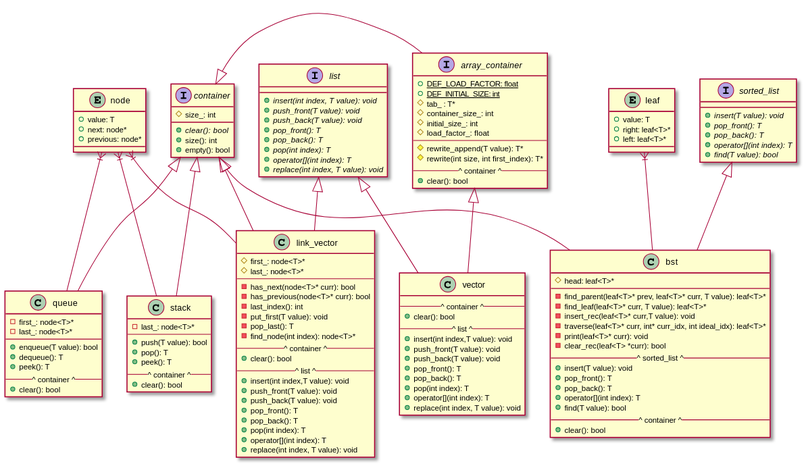
Earlier version of the PlantUML export data_structures.svg (lpawlak1/data_structures).
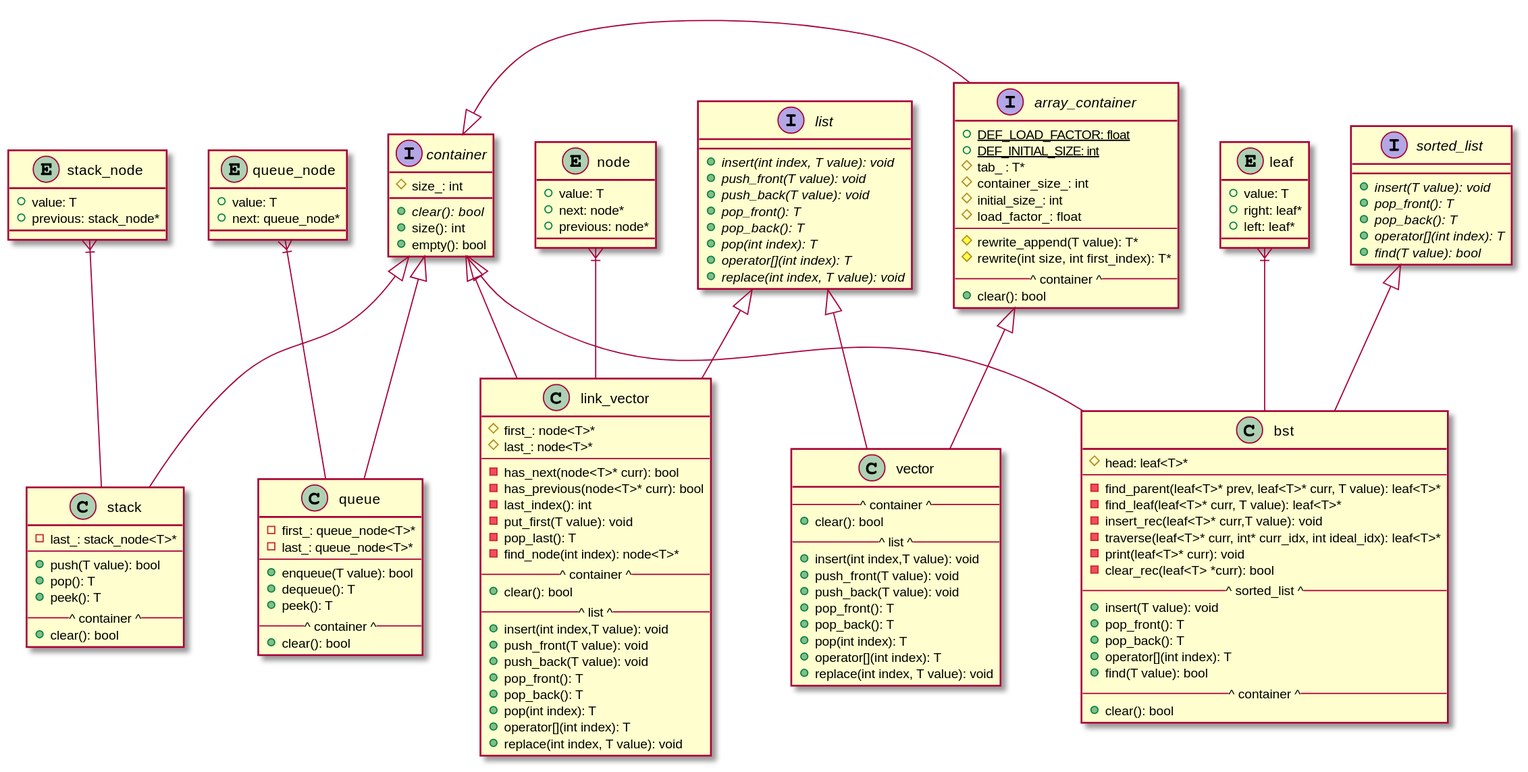
After the commit.

Change to the diagram source:
```diff
@@ -38,7 +38,7 @@
 }
 
 class stack{
--last_: node<T>*
+-last_: stack_node<T>*
 --
 +push(T value): bool
 +pop(): T
@@ -48,8 +48,8 @@
 }
 
 class queue{
--first_: node<T>*
--last_: node<T>*
+-first_: queue_node<T>*
+-last_: queue_node<T>*
 ----
 +enqueue(T value): bool
 +dequeue(): T
@@ -114,8 +114,8 @@
 }
 entity leaf{
 +value: T
-+right: leaf<T>*
-+left: leaf<T>*
++right: leaf*
++left: leaf*
 }
 interface sorted_list{
 +{abstract}insert(T value): void
@@ -123,6 +123,14 @@
 +{abstract}pop_back(): T
 +{abstract}operator[](int index): T
 +{abstract}find(T value): bool
+}
+entity stack_node{
++value: T
++previous: stack_node*
+}
+entity queue_node{
++value: T
++next: queue_node*
 }
 
 list <|-- link_vector
@@ -133,8 +141,8 @@
 array_container <|-- vector
 list <|-- vector
 node }|-- link_vector
-node }|-- queue
-node }|-- stack
+queue_node }|-- queue
+stack_node }|-- stack
 leaf }|-- bst
 sorted_list <|-- bst
 container <|-- bst
```
